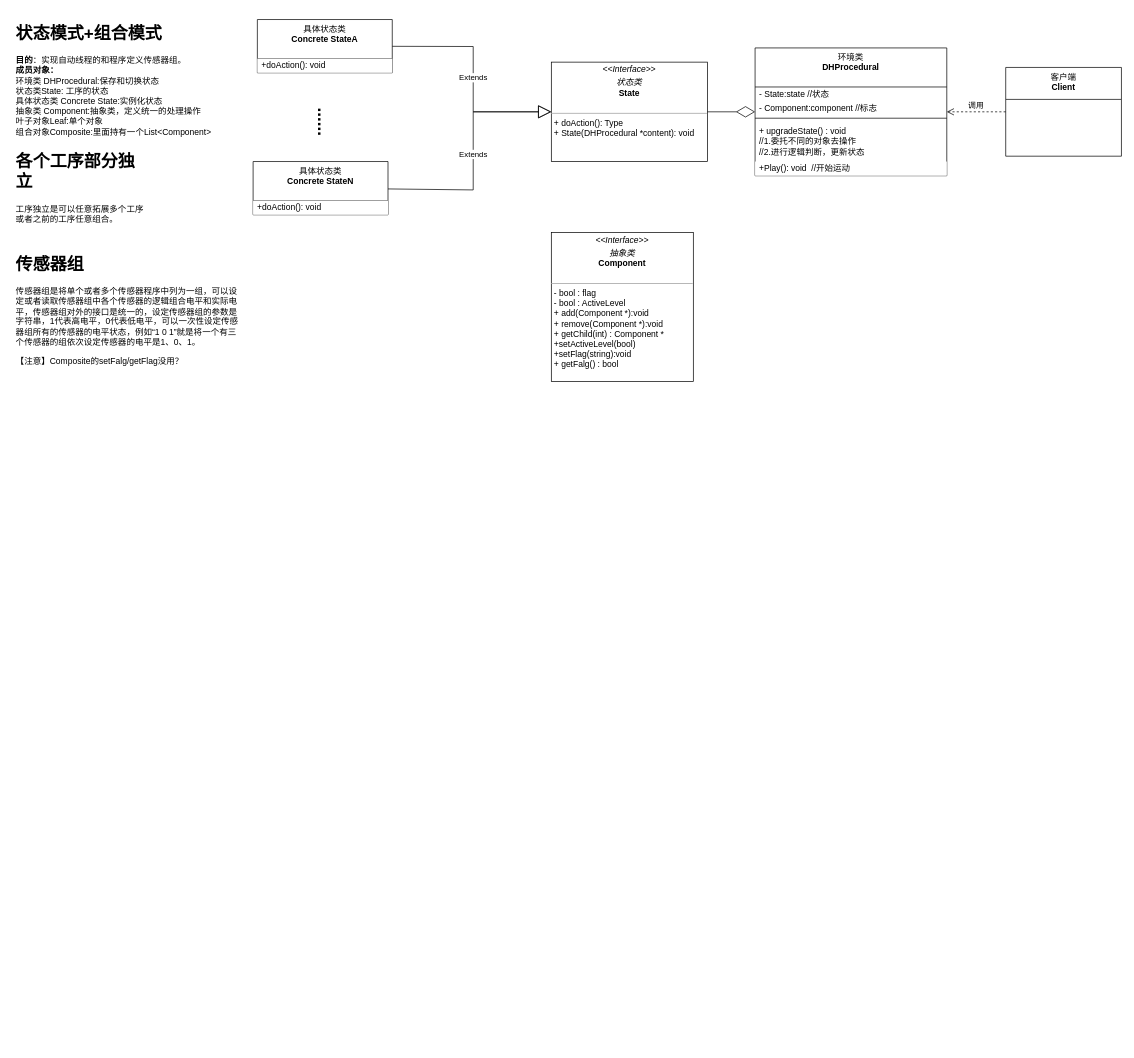
wjaswdd/draw.io keeps this draw.io diagram as 独创性组合有限状态机设计模式.drawio. Above is the earlier version. Source tidied: cells renumbered, new cells numbered last; positions are measured from the earlier drawing's top-left corner, leaving out a move shared by most shapes. Both pictures are drawn from the tidied source at 71%, with x=0, y=0 at pixel (12, 19).
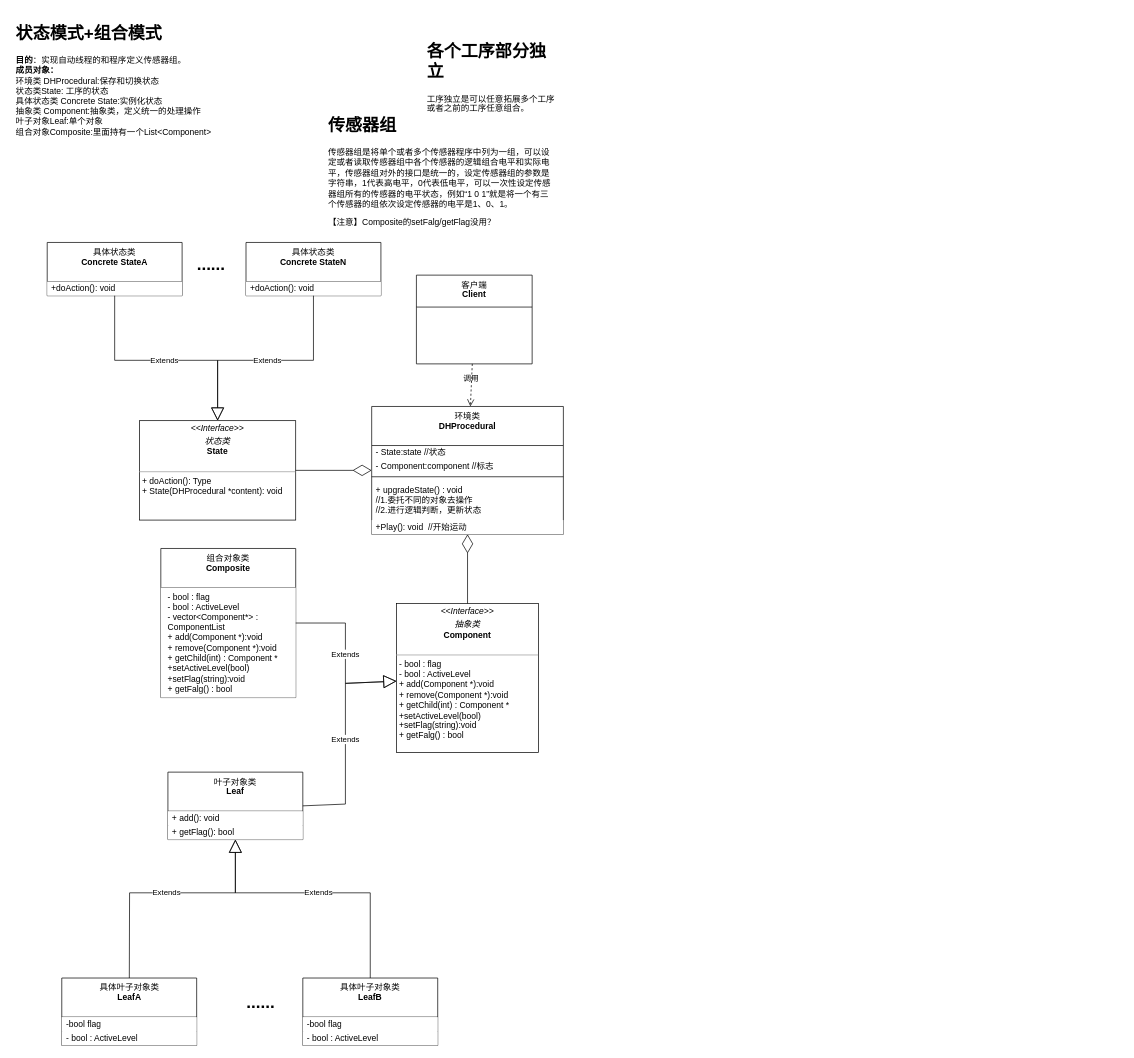
Above is the later version.

Commit message (it also covers changes not shown here):
更新独创性组合有限状态机设计模式.drawio

The edit, as a diff of the source:
```diff
@@
     <mxCell id="3" value="&lt;h1&gt;各个工序部分独立&lt;br&gt;&lt;/h1&gt;&lt;p&gt;工序独立是可以任意拓展多个工序或者之前的工序任意组合。&lt;br&gt;&lt;/p&gt;" style="text;html=1;strokeColor=none;fillColor=none;spacing=5;spacingTop=-20;whiteSpace=wrap;overflow=hidden;rounded=0;" parent="1" vertex="1">
-      <mxGeometry y="180" width="190" height="120" as="geometry" />
+      <mxGeometry x="579" y="25" width="190" height="120" as="geometry" />
     </mxCell>
     <mxCell id="4" value="&lt;h1&gt;传感器组&lt;br&gt;&lt;/h1&gt;传感器组是将单个或者多个传感器程序中列为一组，可以设定或者读取传感器组中各个传感器的逻辑组合电平和实际电平，传感器组对外的接口是统一的，设定传感器组的参数是字符串，1代表高电平，0代表低电平，可以一次性设定传感器组所有的传感器的电平状态，例如“1 0 1”就是将一个有三个传感器的组依次设定传感器的电平是1、0、1。&lt;p&gt;【注意】Composite的setFalg/getFlag没用？&lt;/p&gt;" style="text;html=1;strokeColor=none;fillColor=none;spacing=5;spacingTop=-20;whiteSpace=wrap;overflow=hidden;rounded=0;" parent="1" vertex="1">
-      <mxGeometry y="325" width="329" height="195" as="geometry" />
+      <mxGeometry x="440" y="130" width="329" height="195" as="geometry" />
     </mxCell>
     <mxCell id="5" value="环境类&lt;br&gt;&lt;b&gt;DHProcedural&lt;/b&gt;" style="swimlane;fontStyle=0;align=center;verticalAlign=top;horizontal=1;startSize=55;html=1;whiteSpace=wrap;" parent="1" vertex="1">
-      <mxGeometry x="1046" y="40" width="270" height="180" as="geometry" />
+      <mxGeometry x="506" y="545" width="270" height="180" as="geometry" />
     </mxCell>
@@
     <mxCell id="11" value="客户端&lt;br&gt;&lt;b&gt;Client&lt;/b&gt;" style="swimlane;fontStyle=0;align=center;verticalAlign=top;horizontal=1;startSize=45;html=1;whiteSpace=wrap;" parent="1" vertex="1">
-      <mxGeometry x="1399" y="67.5" width="163" height="125" as="geometry" />
+      <mxGeometry x="569" y="360" width="163" height="125" as="geometry" />
     </mxCell>
@@
     <mxCell id="13" value="具体状态类&lt;br&gt;&lt;b&gt;Concrete StateA&lt;/b&gt;" style="swimlane;fontStyle=0;align=center;verticalAlign=top;horizontal=1;startSize=55;html=1;whiteSpace=wrap;" parent="1" vertex="1">
-      <mxGeometry x="345" width="190" height="75" as="geometry" />
+      <mxGeometry x="49" y="314" width="190" height="75" as="geometry" />
     </mxCell>
@@
     <mxCell id="15" value="&lt;p style=&quot;margin:0px;margin-top:4px;text-align:center;&quot;&gt;&lt;i&gt;&amp;lt;&amp;lt;Interface&amp;gt;&amp;gt;&lt;/i&gt;&lt;/p&gt;&lt;p style=&quot;margin:0px;margin-top:4px;text-align:center;&quot;&gt;&lt;i&gt;状态类&lt;br&gt;&lt;/i&gt;&lt;b&gt;State&lt;/b&gt;&lt;/p&gt;&lt;p style=&quot;margin:0px;margin-left:4px;&quot;&gt;&lt;br&gt;&lt;/p&gt;&lt;hr size=&quot;1&quot;&gt;&lt;p style=&quot;margin:0px;margin-left:4px;&quot;&gt;+ doAction(): Type&lt;br&gt;+ State(&lt;span style=&quot;border-color: var(--border-color); text-align: center;&quot;&gt;DHProcedural *content&lt;/span&gt;): void&lt;/p&gt;" style="verticalAlign=top;align=left;overflow=fill;fontSize=12;fontFamily=Helvetica;html=1;whiteSpace=wrap;" parent="1" vertex="1">
-      <mxGeometry x="759" y="60" width="220" height="140" as="geometry" />
+      <mxGeometry x="179" y="565" width="220" height="140" as="geometry" />
     </mxCell>
@@
     <mxCell id="17" value="具体状态类&lt;br&gt;&lt;b&gt;Concrete StateN&lt;/b&gt;" style="swimlane;fontStyle=0;align=center;verticalAlign=top;horizontal=1;startSize=55;html=1;whiteSpace=wrap;" parent="1" vertex="1">
-      <mxGeometry x="339" y="200" width="190" height="75" as="geometry" />
+      <mxGeometry x="329" y="314" width="190" height="75" as="geometry" />
     </mxCell>
@@
-    <mxCell id="19" value="......" style="text;html=1;strokeColor=none;fillColor=none;align=center;verticalAlign=middle;whiteSpace=wrap;rounded=0;direction=west;rotation=90;fontStyle=1;fontSize=24;spacing=8;" parent="1" vertex="1">
-      <mxGeometry x="399" y="100" width="82" height="89" as="geometry" />
+    <mxCell id="19" value="......" style="text;html=1;strokeColor=none;fillColor=none;align=center;verticalAlign=middle;whiteSpace=wrap;rounded=0;direction=west;rotation=0;fontStyle=1;fontSize=24;spacing=8;" parent="1" vertex="1">
+      <mxGeometry x="239" y="300" width="82" height="89" as="geometry" />
     </mxCell>
-    <mxCell id="20" value="Extends" style="endArrow=block;endSize=16;endFill=0;html=1;rounded=0;entryX=0;entryY=0.5;entryDx=0;entryDy=0;" parent="1" edge="1" source="13" target="15">
+    <mxCell id="20" value="Extends" style="endArrow=block;endSize=16;endFill=0;html=1;rounded=0;entryX=0.5;entryY=0;entryDx=0;entryDy=0;" parent="1" edge="1" source="13" target="15">
       <mxGeometry relative="1" as="geometry">
         <Array as="points">
-          <mxPoint x="649" y="38" />
-          <mxPoint x="649" y="130" />
+          <mxPoint x="144" y="480" />
+          <mxPoint x="289" y="480" />
         </Array>
       </mxGeometry>
     </mxCell>
-    <mxCell id="21" value="Extends" style="endArrow=block;endSize=16;endFill=0;html=1;rounded=0;entryX=0;entryY=0.5;entryDx=0;entryDy=0;" parent="1" edge="1" source="17" target="15">
+    <mxCell id="21" value="Extends" style="endArrow=block;endSize=16;endFill=0;html=1;rounded=0;entryX=0.5;entryY=0;entryDx=0;entryDy=0;" parent="1" edge="1" source="17" target="15">
       <mxGeometry relative="1" as="geometry">
         <Array as="points">
-          <mxPoint x="649" y="240" />
-          <mxPoint x="649" y="130" />
+          <mxPoint x="424" y="480" />
+          <mxPoint x="289" y="480" />
         </Array>
       </mxGeometry>
     </mxCell>
     <mxCell id="22" value="&lt;p style=&quot;margin:0px;margin-top:4px;text-align:center;&quot;&gt;&lt;i&gt;&amp;lt;&amp;lt;Interface&amp;gt;&amp;gt;&lt;/i&gt;&lt;/p&gt;&lt;p style=&quot;margin:0px;margin-top:4px;text-align:center;&quot;&gt;&lt;i&gt;抽象类&lt;br&gt;&lt;/i&gt;&lt;b&gt;Component&lt;/b&gt;&lt;/p&gt;&lt;p style=&quot;margin:0px;margin-left:4px;&quot;&gt;&lt;br&gt;&lt;/p&gt;&lt;hr size=&quot;1&quot;&gt;&lt;p style=&quot;margin:0px;margin-left:4px;&quot;&gt;- bool : flag&lt;/p&gt;&lt;p style=&quot;margin:0px;margin-left:4px;&quot;&gt;- bool : ActiveLevel&lt;/p&gt;&lt;p style=&quot;margin:0px;margin-left:4px;&quot;&gt;+ add(Component *):void&lt;/p&gt;&lt;p style=&quot;margin:0px;margin-left:4px;&quot;&gt;+ remove(Component *):void&lt;/p&gt;&lt;p style=&quot;margin:0px;margin-left:4px;&quot;&gt;+ getChild(int) : Component *&lt;/p&gt;&lt;p style=&quot;margin:0px;margin-left:4px;&quot;&gt;+setActiveLevel(bool)&lt;/p&gt;&lt;p style=&quot;margin:0px;margin-left:4px;&quot;&gt;+setFlag(string):void&lt;/p&gt;&lt;p style=&quot;margin:0px;margin-left:4px;&quot;&gt;+ getFalg() : bool&lt;br&gt;&lt;/p&gt;" style="verticalAlign=top;align=left;overflow=fill;fontSize=12;fontFamily=Helvetica;html=1;whiteSpace=wrap;" parent="1" vertex="1">
-      <mxGeometry x="759" y="300" width="200" height="210" as="geometry" />
+      <mxGeometry x="541" y="822.5" width="200" height="210" as="geometry" />
     </mxCell>
+    <mxCell id="23" style="endArrow=diamondThin;endFill=0;endSize=24;html=1;rounded=0;" parent="1" edge="1" source="22" target="5">
+      <mxGeometry relative="1" as="geometry" />
+    </mxCell>
+    <mxCell id="24" value="组合对象类&lt;br&gt;&lt;b&gt;Composite&lt;/b&gt;" style="swimlane;fontStyle=0;align=center;verticalAlign=top;horizontal=1;startSize=55;html=1;whiteSpace=wrap;" parent="1" vertex="1">
+      <mxGeometry x="209" y="745" width="190" height="210" as="geometry" />
+    </mxCell>
+    <mxCell id="25" value="&lt;p style=&quot;border-color: var(--border-color); margin: 0px 0px 0px 4px;&quot;&gt;- bool : flag&lt;/p&gt;&lt;p style=&quot;border-color: var(--border-color); margin: 0px 0px 0px 4px;&quot;&gt;- bool : ActiveLevel&lt;/p&gt;&lt;p style=&quot;border-color: var(--border-color); margin: 0px 0px 0px 4px;&quot;&gt;- vector&amp;lt;Component*&amp;gt; : ComponentList&lt;/p&gt;&lt;p style=&quot;border-color: var(--border-color); margin: 0px 0px 0px 4px;&quot;&gt;+ add(Component *):void&lt;/p&gt;&lt;p style=&quot;border-color: var(--border-color); margin: 0px 0px 0px 4px;&quot;&gt;+ remove(Component *):void&lt;/p&gt;&lt;p style=&quot;border-color: var(--border-color); margin: 0px 0px 0px 4px;&quot;&gt;+ getChild(int) : Component *&lt;/p&gt;&lt;p style=&quot;border-color: var(--border-color); margin: 0px 0px 0px 4px;&quot;&gt;+setActiveLevel(bool)&lt;/p&gt;&lt;p style=&quot;border-color: var(--border-color); margin: 0px 0px 0px 4px;&quot;&gt;+setFlag(string):void&lt;/p&gt;&lt;p style=&quot;border-color: var(--border-color); margin: 0px 0px 0px 4px;&quot;&gt;+ getFalg() : bool&lt;/p&gt;" style="text;html=1;strokeColor=none;fillColor=default;align=left;verticalAlign=middle;spacingLeft=4;spacingRight=4;overflow=hidden;whiteSpace=wrap;" parent="24" vertex="1">
+      <mxGeometry y="55" width="190" height="155" as="geometry" />
+    </mxCell>
+    <mxCell id="26" value="Extends" style="endArrow=block;endSize=16;endFill=0;html=1;rounded=0;" parent="1" edge="1" source="24" target="22">
+      <mxGeometry relative="1" as="geometry">
+        <Array as="points">
+          <mxPoint x="469" y="850" />
+          <mxPoint x="469" y="935" />
+        </Array>
+      </mxGeometry>
+    </mxCell>
+    <mxCell id="27" value="叶子对象类&lt;br&gt;&lt;b&gt;Leaf&lt;/b&gt;" style="swimlane;fontStyle=0;align=center;verticalAlign=top;horizontal=1;startSize=55;html=1;whiteSpace=wrap;" parent="1" vertex="1">
+      <mxGeometry x="219" y="1060" width="190" height="95" as="geometry" />
+    </mxCell>
+    <mxCell id="28" value="+ add(): void&lt;span style=&quot;white-space: pre;&quot;&gt; &lt;/span&gt;&lt;span style=&quot;white-space: pre;&quot;&gt; &lt;/span&gt;" style="text;html=1;strokeColor=none;fillColor=default;align=left;verticalAlign=middle;spacingLeft=4;spacingRight=4;overflow=hidden;whiteSpace=wrap;" parent="27" vertex="1">
+      <mxGeometry y="55" width="190" height="20" as="geometry" />
+    </mxCell>
+    <mxCell id="29" value="+ getFlag(): bool" style="text;html=1;strokeColor=none;fillColor=default;align=left;verticalAlign=middle;spacingLeft=4;spacingRight=4;overflow=hidden;whiteSpace=wrap;" parent="27" vertex="1">
+      <mxGeometry y="75" width="190" height="20" as="geometry" />
+    </mxCell>
+    <mxCell id="30" value="具体叶子对象类&lt;br&gt;&lt;b&gt;LeafA&lt;/b&gt;" style="swimlane;fontStyle=0;align=center;verticalAlign=top;horizontal=1;startSize=55;html=1;whiteSpace=wrap;" parent="1" vertex="1">
+      <mxGeometry x="69.5" y="1350" width="190" height="95" as="geometry" />
+    </mxCell>
+    <mxCell id="31" value="-bool flag" style="text;html=1;strokeColor=none;fillColor=default;align=left;verticalAlign=middle;spacingLeft=4;spacingRight=4;overflow=hidden;whiteSpace=wrap;" parent="30" vertex="1">
+      <mxGeometry y="55" width="190" height="20" as="geometry" />
+    </mxCell>
+    <mxCell id="32" value="- bool : ActiveLevel" style="text;html=1;strokeColor=none;fillColor=default;align=left;verticalAlign=middle;spacingLeft=4;spacingRight=4;overflow=hidden;whiteSpace=wrap;" parent="30" vertex="1">
+      <mxGeometry y="75" width="190" height="20" as="geometry" />
+    </mxCell>
+    <mxCell id="33" value="具体叶子对象类&lt;br&gt;&lt;b&gt;LeafB&lt;/b&gt;" style="swimlane;fontStyle=0;align=center;verticalAlign=top;horizontal=1;startSize=55;html=1;whiteSpace=wrap;" parent="1" vertex="1">
+      <mxGeometry x="409" y="1350" width="190" height="95" as="geometry" />
+    </mxCell>
+    <mxCell id="34" value="-bool flag" style="text;html=1;strokeColor=none;fillColor=default;align=left;verticalAlign=middle;spacingLeft=4;spacingRight=4;overflow=hidden;whiteSpace=wrap;" parent="33" vertex="1">
+      <mxGeometry y="55" width="190" height="20" as="geometry" />
+    </mxCell>
+    <mxCell id="35" value="- bool : ActiveLevel" style="text;html=1;strokeColor=none;fillColor=default;align=left;verticalAlign=middle;spacingLeft=4;spacingRight=4;overflow=hidden;whiteSpace=wrap;" parent="33" vertex="1">
+      <mxGeometry y="75" width="190" height="20" as="geometry" />
+    </mxCell>
+    <mxCell id="36" value="......" style="text;html=1;strokeColor=none;fillColor=none;align=center;verticalAlign=middle;whiteSpace=wrap;rounded=0;direction=west;rotation=0;fontStyle=1;fontSize=24;spacing=8;" parent="1" vertex="1">
+      <mxGeometry x="309" y="1340" width="82" height="89" as="geometry" />
+    </mxCell>
+    <mxCell id="37" value="Extends" style="endArrow=block;endSize=16;endFill=0;html=1;rounded=0;entryX=0.5;entryY=1;entryDx=0;entryDy=0;" parent="1" edge="1" source="30" target="27">
+      <mxGeometry relative="1" as="geometry">
+        <Array as="points">
+          <mxPoint x="165" y="1230" />
+          <mxPoint x="314" y="1230" />
+        </Array>
+      </mxGeometry>
+    </mxCell>
+    <mxCell id="38" value="Extends" style="endArrow=block;endSize=16;endFill=0;html=1;rounded=0;entryX=0.5;entryY=1;entryDx=0;entryDy=0;" parent="1" edge="1" source="33" target="27">
+      <mxGeometry relative="1" as="geometry">
+        <Array as="points">
+          <mxPoint x="504" y="1230" />
+          <mxPoint x="314" y="1230" />
+        </Array>
+      </mxGeometry>
+    </mxCell>
+    <mxCell id="39" value="Extends" style="endArrow=block;endSize=16;endFill=0;html=1;rounded=0;exitX=1;exitY=0.5;exitDx=0;exitDy=0;" parent="1" edge="1" source="27" target="22">
+      <mxGeometry relative="1" as="geometry">
+        <Array as="points">
+          <mxPoint x="469" y="1105" />
+          <mxPoint x="469" y="935" />
+        </Array>
+      </mxGeometry>
+    </mxCell>
```
